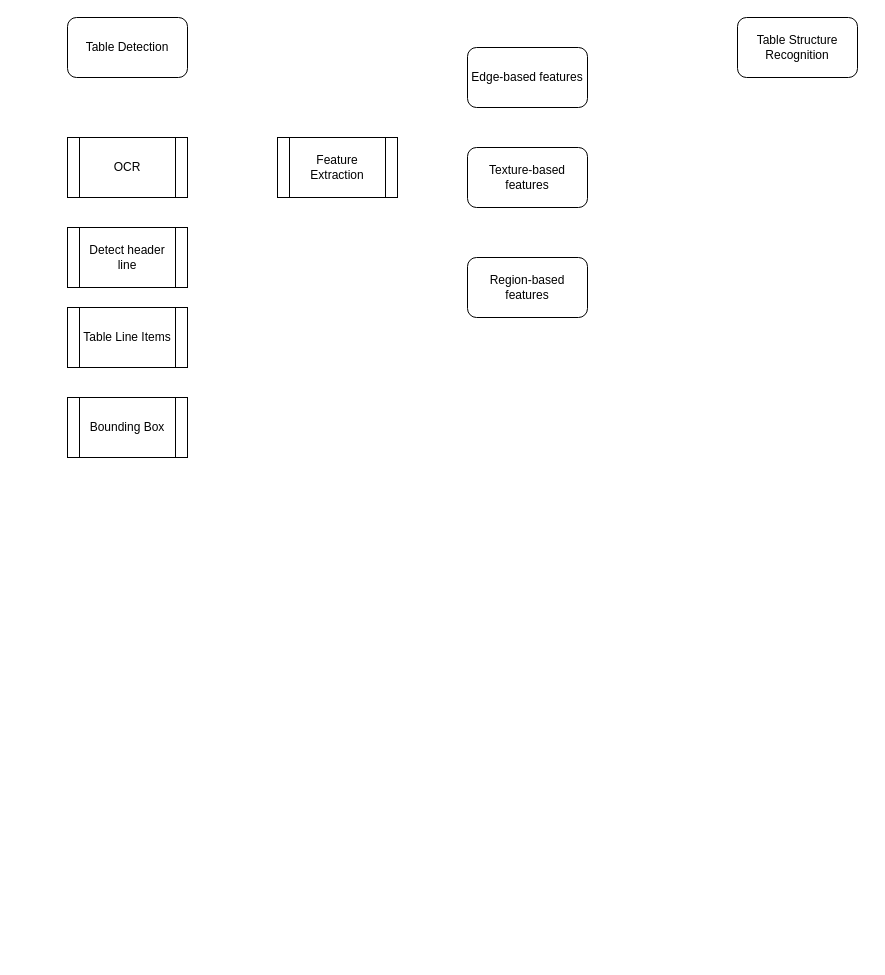
Above: docs/system_design/preprocessing.drawio in cbcote/ils-nlp (draw.io), before the change. Source tidied: cells renumbered, new cells numbered last; positions are measured from the earlier drawing's top-left corner, leaving out a move shared by most shapes. Both pictures are drawn from the tidied source at 100%, with x=0, y=0 at pixel (67, 17).
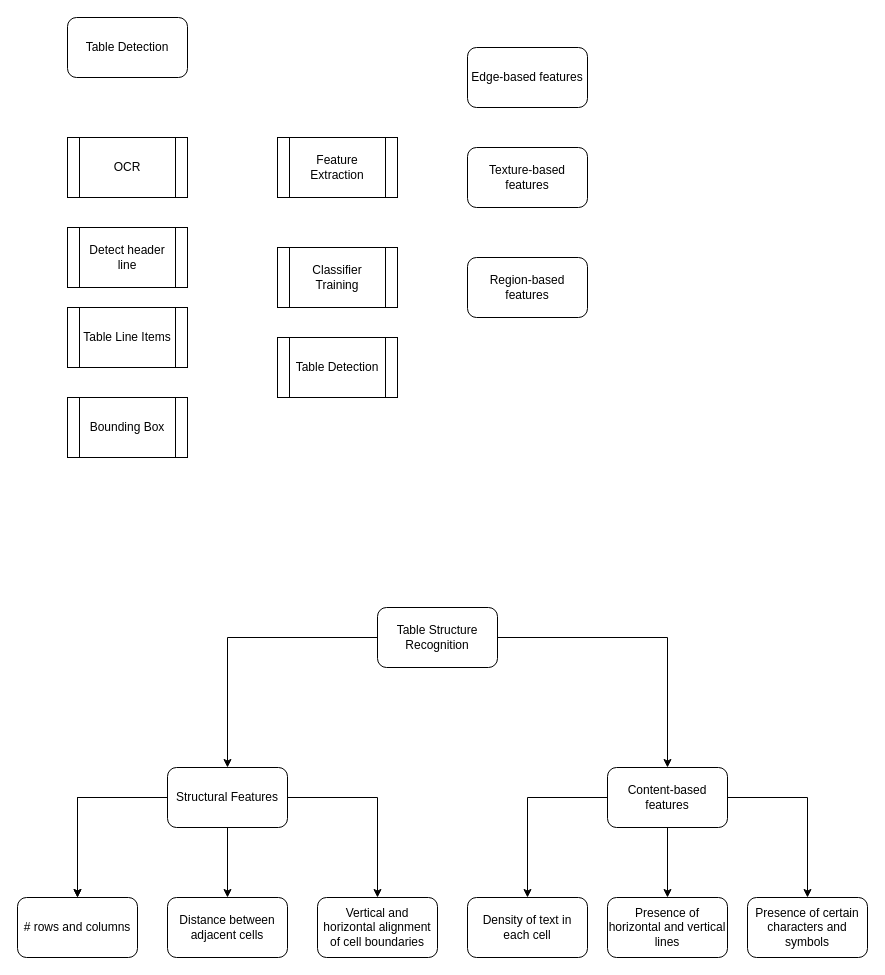
The same page after the edit.

Commit message:
Added table structure recognition

The edit, as a diff of the source:
```diff
@@
+    <mxCell id="12" style="edgeStyle=orthogonalEdgeStyle;rounded=0;jettySize=auto;html=1;" parent="1" edge="1" source="7" target="20">
+      <mxGeometry relative="1" as="geometry" />
+    </mxCell>
+    <mxCell id="13" style="edgeStyle=orthogonalEdgeStyle;rounded=0;jettySize=auto;html=1;" parent="1" edge="1" source="7" target="24">
+      <mxGeometry relative="1" as="geometry" />
+    </mxCell>
     <mxCell id="7" value="Table Structure Recognition" style="rounded=1;whiteSpace=wrap;html=1;" parent="1" vertex="1">
-      <mxGeometry x="670" width="120" height="60" as="geometry" />
+      <mxGeometry x="310" y="590" width="120" height="60" as="geometry" />
     </mxCell>
@@
+    <mxCell id="14" value="Classifier Training" style="shape=process;whiteSpace=wrap;html=1;backgroundOutline=1;" parent="1" vertex="1">
+      <mxGeometry x="210" y="230" width="120" height="60" as="geometry" />
+    </mxCell>
+    <mxCell id="15" value="Table Detection" style="shape=process;whiteSpace=wrap;html=1;backgroundOutline=1;" parent="1" vertex="1">
+      <mxGeometry x="210" y="320" width="120" height="60" as="geometry" />
+    </mxCell>
+    <mxCell id="16" style="edgeStyle=orthogonalEdgeStyle;rounded=0;jettySize=auto;html=1;" parent="1" edge="1" source="20" target="25">
+      <mxGeometry relative="1" as="geometry" />
+    </mxCell>
+    <mxCell id="17" style="edgeStyle=orthogonalEdgeStyle;rounded=0;jettySize=auto;html=1;" parent="1" edge="1" source="20" target="25">
+      <mxGeometry relative="1" as="geometry" />
+    </mxCell>
+    <mxCell id="18" style="edgeStyle=orthogonalEdgeStyle;rounded=0;jettySize=auto;html=1;" parent="1" edge="1" source="20" target="26">
+      <mxGeometry relative="1" as="geometry" />
+    </mxCell>
+    <mxCell id="19" style="edgeStyle=orthogonalEdgeStyle;rounded=0;jettySize=auto;html=1;" parent="1" edge="1" source="20" target="27">
+      <mxGeometry relative="1" as="geometry" />
+    </mxCell>
+    <mxCell id="20" value="Structural Features" style="whiteSpace=wrap;html=1;rounded=1;" parent="1" vertex="1">
+      <mxGeometry x="100" y="750" width="120" height="60" as="geometry" />
+    </mxCell>
+    <mxCell id="21" style="edgeStyle=orthogonalEdgeStyle;rounded=0;jettySize=auto;html=1;" parent="1" edge="1" source="24" target="28">
+      <mxGeometry relative="1" as="geometry" />
+    </mxCell>
+    <mxCell id="22" style="edgeStyle=orthogonalEdgeStyle;rounded=0;jettySize=auto;html=1;" parent="1" edge="1" source="24" target="29">
+      <mxGeometry relative="1" as="geometry" />
+    </mxCell>
+    <mxCell id="23" style="edgeStyle=orthogonalEdgeStyle;rounded=0;jettySize=auto;html=1;" parent="1" edge="1" source="24" target="30">
+      <mxGeometry relative="1" as="geometry" />
+    </mxCell>
+    <mxCell id="24" value="Content-based features" style="whiteSpace=wrap;html=1;rounded=1;" parent="1" vertex="1">
+      <mxGeometry x="540" y="750" width="120" height="60" as="geometry" />
+    </mxCell>
+    <mxCell id="25" value="# rows and columns" style="whiteSpace=wrap;html=1;rounded=1;" parent="1" vertex="1">
+      <mxGeometry x="-50" y="880" width="120" height="60" as="geometry" />
+    </mxCell>
+    <mxCell id="26" value="Distance between adjacent cells" style="whiteSpace=wrap;html=1;rounded=1;" parent="1" vertex="1">
+      <mxGeometry x="100" y="880" width="120" height="60" as="geometry" />
+    </mxCell>
+    <mxCell id="27" value="Vertical and horizontal alignment of cell boundaries" style="whiteSpace=wrap;html=1;rounded=1;" parent="1" vertex="1">
+      <mxGeometry x="250" y="880" width="120" height="60" as="geometry" />
+    </mxCell>
+    <mxCell id="28" value="Density of text in each cell" style="whiteSpace=wrap;html=1;rounded=1;" parent="1" vertex="1">
+      <mxGeometry x="400" y="880" width="120" height="60" as="geometry" />
+    </mxCell>
+    <mxCell id="29" value="Presence of horizontal and vertical lines" style="whiteSpace=wrap;html=1;rounded=1;" parent="1" vertex="1">
+      <mxGeometry x="540" y="880" width="120" height="60" as="geometry" />
+    </mxCell>
+    <mxCell id="30" value="Presence of certain characters and symbols" style="whiteSpace=wrap;html=1;rounded=1;" parent="1" vertex="1">
+      <mxGeometry x="680" y="880" width="120" height="60" as="geometry" />
+    </mxCell>
```
